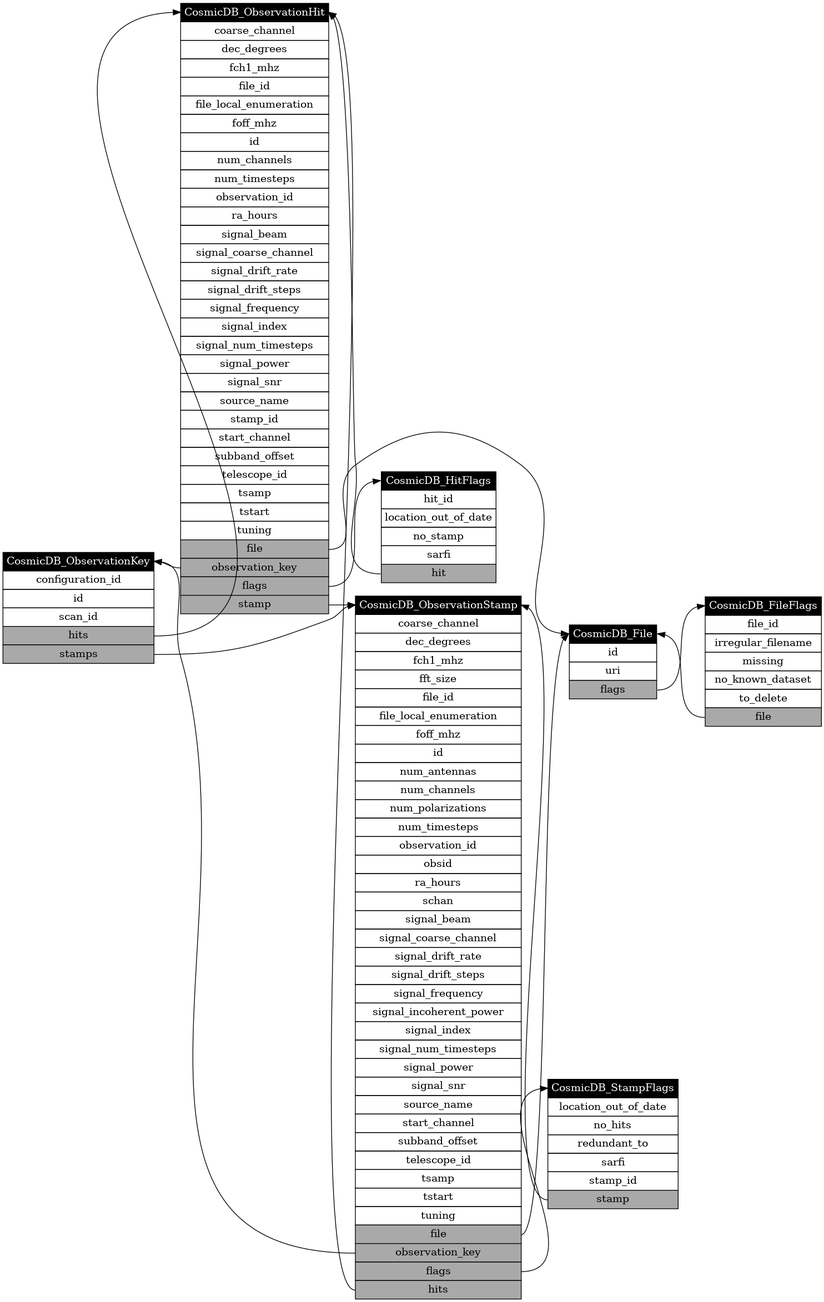
COSMIC-SETI/COSMIC-VLA-Database keeps this Graphviz diagram as docs/classes_Storage.png. Above is the earlier version. Its source is kept beside it as docs/classes_Storage.dot.
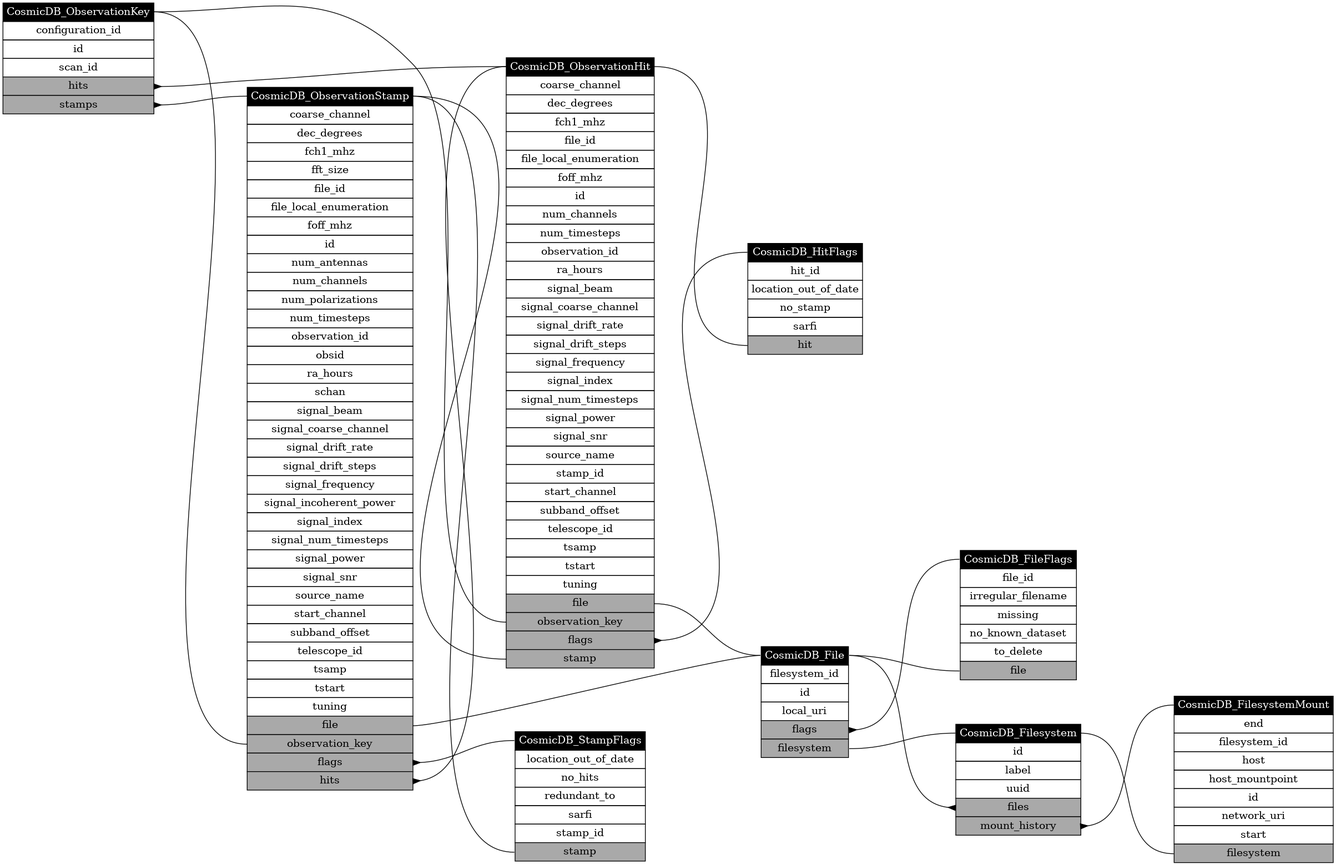
The same diagram one commit later.

Diff of the diagram source:
```diff
@@ -1,7 +1,7 @@
 digraph CosmicDB_Storage {
+layout=dot;
 rankdir=LR;
-CosmicDB_ObservationKey:hits -> CosmicDB_ObservationHit:class;
-CosmicDB_ObservationKey:stamps -> CosmicDB_ObservationStamp:class;
+ranksep="1.75";
 CosmicDB_ObservationKey [label=<<table border="0" cellborder="1" cellspacing="0" cellpadding="4">
 	<tr><td bgcolor="black" port="class"><font color="white">CosmicDB_ObservationKey</font></td></tr>
 	<tr><td>configuration_id</td></tr>
@@ -10,10 +10,42 @@
 	<tr><td bgcolor="darkgrey" port="hits">hits</td></tr>
 	<tr><td bgcolor="darkgrey" port="stamps">stamps</td></tr>
 </table>>, shape=plain];
-CosmicDB_ObservationStamp:file -> CosmicDB_File:class;
-CosmicDB_ObservationStamp:observation_key -> CosmicDB_ObservationKey:class;
-CosmicDB_ObservationStamp:flags -> CosmicDB_StampFlags:class;
-CosmicDB_ObservationStamp:hits -> CosmicDB_ObservationHit:class;
+CosmicDB_Filesystem [label=<<table border="0" cellborder="1" cellspacing="0" cellpadding="4">
+	<tr><td bgcolor="black" port="class"><font color="white">CosmicDB_Filesystem</font></td></tr>
+	<tr><td>id</td></tr>
+	<tr><td>label</td></tr>
+	<tr><td>uuid</td></tr>
+	<tr><td bgcolor="darkgrey" port="files">files</td></tr>
+	<tr><td bgcolor="darkgrey" port="mount_history">mount_history</td></tr>
+</table>>, shape=plain];
+CosmicDB_FilesystemMount [label=<<table border="0" cellborder="1" cellspacing="0" cellpadding="4">
+	<tr><td bgcolor="black" port="class"><font color="white">CosmicDB_FilesystemMount</font></td></tr>
+	<tr><td>end</td></tr>
+	<tr><td>filesystem_id</td></tr>
+	<tr><td>host</td></tr>
+	<tr><td>host_mountpoint</td></tr>
+	<tr><td>id</td></tr>
+	<tr><td>network_uri</td></tr>
+	<tr><td>start</td></tr>
+	<tr><td bgcolor="darkgrey" port="filesystem">filesystem</td></tr>
+</table>>, shape=plain];
+CosmicDB_File [label=<<table border="0" cellborder="1" cellspacing="0" cellpadding="4">
+	<tr><td bgcolor="black" port="class"><font color="white">CosmicDB_File</font></td></tr>
+	<tr><td>filesystem_id</td></tr>
+	<tr><td>id</td></tr>
+	<tr><td>local_uri</td></tr>
+	<tr><td bgcolor="darkgrey" port="flags">flags</td></tr>
+	<tr><td bgcolor="darkgrey" port="filesystem">filesystem</td></tr>
+</table>>, shape=plain];
+CosmicDB_FileFlags [label=<<table border="0" cellborder="1" cellspacing="0" cellpadding="4">
+	<tr><td bgcolor="black" port="class"><font color="white">CosmicDB_FileFlags</font></td></tr>
+	<tr><td>file_id</td></tr>
+	<tr><td>irregular_filename</td></tr>
+	<tr><td>missing</td></tr>
+	<tr><td>no_known_dataset</td></tr>
+	<tr><td>to_delete</td></tr>
+	<tr><td bgcolor="darkgrey" port="file">file</td></tr>
+</table>>, shape=plain];
 CosmicDB_ObservationStamp [label=<<table border="0" cellborder="1" cellspacing="0" cellpadding="4">
 	<tr><td bgcolor="black" port="class"><font color="white">CosmicDB_ObservationStamp</font></td></tr>
 	<tr><td>coarse_channel</td></tr>
@@ -54,10 +86,6 @@
 	<tr><td bgcolor="darkgrey" port="flags">flags</td></tr>
 	<tr><td bgcolor="darkgrey" port="hits">hits</td></tr>
 </table>>, shape=plain];
-CosmicDB_ObservationHit:file -> CosmicDB_File:class;
-CosmicDB_ObservationHit:observation_key -> CosmicDB_ObservationKey:class;
-CosmicDB_ObservationHit:flags -> CosmicDB_HitFlags:class;
-CosmicDB_ObservationHit:stamp -> CosmicDB_ObservationStamp:class;
 CosmicDB_ObservationHit [label=<<table border="0" cellborder="1" cellspacing="0" cellpadding="4">
 	<tr><td bgcolor="black" port="class"><font color="white">CosmicDB_ObservationHit</font></td></tr>
 	<tr><td>coarse_channel</td></tr>
@@ -93,7 +121,6 @@
 	<tr><td bgcolor="darkgrey" port="flags">flags</td></tr>
 	<tr><td bgcolor="darkgrey" port="stamp">stamp</td></tr>
 </table>>, shape=plain];
-CosmicDB_HitFlags:hit -> CosmicDB_ObservationHit:class;
 CosmicDB_HitFlags [label=<<table border="0" cellborder="1" cellspacing="0" cellpadding="4">
 	<tr><td bgcolor="black" port="class"><font color="white">CosmicDB_HitFlags</font></td></tr>
 	<tr><td>hit_id</td></tr>
@@ -102,7 +129,6 @@
 	<tr><td>sarfi</td></tr>
 	<tr><td bgcolor="darkgrey" port="hit">hit</td></tr>
 </table>>, shape=plain];
-CosmicDB_StampFlags:stamp -> CosmicDB_ObservationStamp:class;
 CosmicDB_StampFlags [label=<<table border="0" cellborder="1" cellspacing="0" cellpadding="4">
 	<tr><td bgcolor="black" port="class"><font color="white">CosmicDB_StampFlags</font></td></tr>
 	<tr><td>location_out_of_date</td></tr>
@@ -112,21 +138,22 @@
 	<tr><td>stamp_id</td></tr>
 	<tr><td bgcolor="darkgrey" port="stamp">stamp</td></tr>
 </table>>, shape=plain];
-CosmicDB_File:flags -> CosmicDB_FileFlags:class;
-CosmicDB_File [label=<<table border="0" cellborder="1" cellspacing="0" cellpadding="4">
-	<tr><td bgcolor="black" port="class"><font color="white">CosmicDB_File</font></td></tr>
-	<tr><td>id</td></tr>
-	<tr><td>uri</td></tr>
-	<tr><td bgcolor="darkgrey" port="flags">flags</td></tr>
-</table>>, shape=plain];
-CosmicDB_FileFlags:file -> CosmicDB_File:class;
-CosmicDB_FileFlags [label=<<table border="0" cellborder="1" cellspacing="0" cellpadding="4">
-	<tr><td bgcolor="black" port="class"><font color="white">CosmicDB_FileFlags</font></td></tr>
-	<tr><td>file_id</td></tr>
-	<tr><td>irregular_filename</td></tr>
-	<tr><td>missing</td></tr>
-	<tr><td>no_known_dataset</td></tr>
-	<tr><td>to_delete</td></tr>
-	<tr><td bgcolor="darkgrey" port="file">file</td></tr>
-</table>>, shape=plain];
+CosmicDB_ObservationKey:hits -> CosmicDB_ObservationHit:class  [arrowhead=none, arrowtail=inv, dir=both];
+CosmicDB_ObservationKey:stamps -> CosmicDB_ObservationStamp:class  [arrowhead=none, arrowtail=inv, dir=both];
+CosmicDB_Filesystem:files -> CosmicDB_File:class  [arrowhead=none, arrowtail=inv, dir=both];
+CosmicDB_Filesystem:mount_history -> CosmicDB_FilesystemMount:class  [arrowhead=none, arrowtail=inv, dir=both];
+CosmicDB_FilesystemMount:filesystem -> CosmicDB_Filesystem:class  [arrowhead=none, arrowtail=none, dir=both];
+CosmicDB_File:flags -> CosmicDB_FileFlags:class  [arrowhead=none, arrowtail=inv, dir=both];
+CosmicDB_File:filesystem -> CosmicDB_Filesystem:class  [arrowhead=none, arrowtail=none, dir=both];
+CosmicDB_FileFlags:file -> CosmicDB_File:class  [arrowhead=none, arrowtail=none, dir=both];
+CosmicDB_ObservationStamp:file -> CosmicDB_File:class  [arrowhead=none, arrowtail=none, dir=both];
+CosmicDB_ObservationStamp:observation_key -> CosmicDB_ObservationKey:class  [arrowhead=none, arrowtail=none, dir=both];
+CosmicDB_ObservationStamp:flags -> CosmicDB_StampFlags:class  [arrowhead=none, arrowtail=inv, dir=both];
+CosmicDB_ObservationStamp:hits -> CosmicDB_ObservationHit:class  [arrowhead=none, arrowtail=inv, dir=both];
+CosmicDB_ObservationHit:file -> CosmicDB_File:class  [arrowhead=none, arrowtail=none, dir=both];
+CosmicDB_ObservationHit:observation_key -> CosmicDB_ObservationKey:class  [arrowhead=none, arrowtail=none, dir=both];
+CosmicDB_ObservationHit:flags -> CosmicDB_HitFlags:class  [arrowhead=none, arrowtail=inv, dir=both];
+CosmicDB_ObservationHit:stamp -> CosmicDB_ObservationStamp:class  [arrowhead=none, arrowtail=none, dir=both];
+CosmicDB_HitFlags:hit -> CosmicDB_ObservationHit:class  [arrowhead=none, arrowtail=none, dir=both];
+CosmicDB_StampFlags:stamp -> CosmicDB_ObservationStamp:class  [arrowhead=none, arrowtail=none, dir=both];
 }
```
